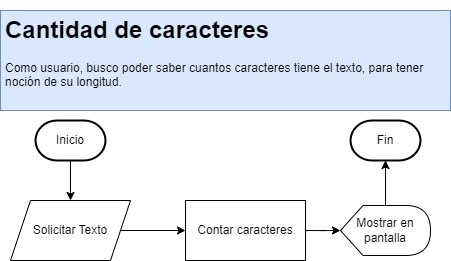
Earlier version of the draw.io export webtools/CantidadDeCaracteres.png (Alfacoy/Diagramas). Source tidied: cells renumbered, new cells last; positions are measured from the earlier drawing's top-left corner, leaving out a move shared by most shapes.
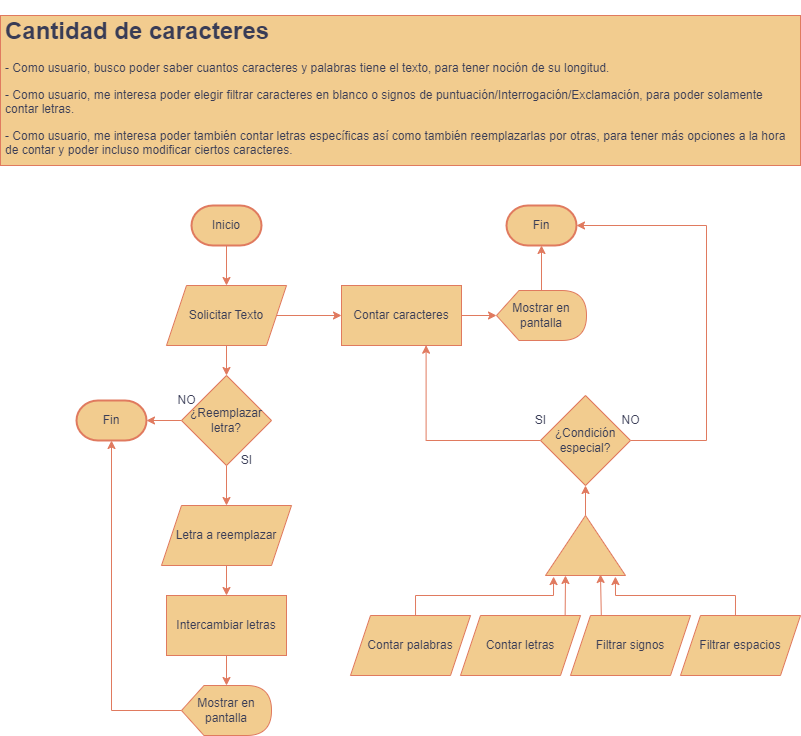
The same diagram one commit later.

What changed in the source:
```diff
@@ -2,37 +2,139 @@
   <root>
     <mxCell id="0" />
     <mxCell id="1" parent="0" />
-    <mxCell id="2" value="&lt;h1&gt;Cantidad de caracteres&lt;/h1&gt;&lt;p&gt;Como usuario, busco poder saber cuantos caracteres tiene el texto, para tener noción de su longitud.&lt;/p&gt;" style="text;html=1;strokeColor=#6c8ebf;fillColor=#dae8fc;spacing=5;spacingTop=-20;whiteSpace=wrap;overflow=hidden;rounded=0;" parent="1" vertex="1">
-      <mxGeometry width="450" height="100" as="geometry" />
+    <mxCell id="2" value="&lt;h1&gt;Cantidad de caracteres&lt;/h1&gt;&lt;p&gt;- Como usuario, busco poder saber cuantos caracteres y palabras tiene el texto, para tener noción de su longitud.&lt;/p&gt;&lt;p&gt;- Como usuario, me interesa poder elegir filtrar caracteres en blanco o signos de puntuación/Interrogación/Exclamación, para poder solamente contar letras.&lt;/p&gt;&lt;p&gt;- Como usuario, me interesa poder también contar letras específicas así como también reemplazarlas por otras, para tener más opciones a la hora de contar y poder incluso modificar ciertos caracteres.&lt;/p&gt;" style="text;html=1;strokeColor=#E07A5F;fillColor=#F2CC8F;spacing=5;spacingTop=-20;whiteSpace=wrap;overflow=hidden;rounded=0;align=left;verticalAlign=middle;fontStyle=0;fontFamily=Helvetica;labelBackgroundColor=none;fontColor=#393C56;" parent="1" vertex="1">
+      <mxGeometry x="-156" y="-80" width="800" height="150" as="geometry" />
     </mxCell>
-    <mxCell id="3" style="edgeStyle=orthogonalEdgeStyle;rounded=0;jettySize=auto;html=1;exitX=0.5;exitY=1;exitDx=0;exitDy=0;exitPerimeter=0;" parent="1" edge="1" source="4">
+    <mxCell id="3" style="edgeStyle=orthogonalEdgeStyle;rounded=0;jettySize=auto;html=1;exitX=0.5;exitY=1;exitDx=0;exitDy=0;exitPerimeter=0;labelBackgroundColor=none;strokeColor=#E07A5F;fontColor=default;" parent="1" edge="1" source="4">
       <mxGeometry relative="1" as="geometry">
         <mxPoint x="70" y="190" as="targetPoint" />
       </mxGeometry>
     </mxCell>
-    <mxCell id="4" value="Inicio" style="strokeWidth=2;html=1;shape=mxgraph.flowchart.terminator;whiteSpace=wrap;rounded=0;fillColor=default;" parent="1" vertex="1">
+    <mxCell id="4" value="Inicio" style="strokeWidth=2;html=1;shape=mxgraph.flowchart.terminator;whiteSpace=wrap;rounded=0;fillColor=#F2CC8F;labelBackgroundColor=none;strokeColor=#E07A5F;fontColor=#393C56;" parent="1" vertex="1">
       <mxGeometry x="35" y="110" width="70" height="40" as="geometry" />
     </mxCell>
-    <mxCell id="5" style="edgeStyle=orthogonalEdgeStyle;rounded=0;jettySize=auto;html=1;" parent="1" edge="1" source="6" target="10">
+    <mxCell id="5" style="edgeStyle=orthogonalEdgeStyle;rounded=0;jettySize=auto;html=1;labelBackgroundColor=none;strokeColor=#E07A5F;fontColor=default;" parent="1" edge="1" source="6" target="10">
       <mxGeometry relative="1" as="geometry" />
     </mxCell>
-    <mxCell id="6" value="Contar caracteres" style="rounded=0;whiteSpace=wrap;html=1;fillColor=default;" parent="1" vertex="1">
+    <mxCell id="6" value="Contar caracteres" style="rounded=0;whiteSpace=wrap;html=1;fillColor=#F2CC8F;labelBackgroundColor=none;strokeColor=#E07A5F;fontColor=#393C56;" parent="1" vertex="1">
       <mxGeometry x="185" y="190" width="120" height="60" as="geometry" />
     </mxCell>
-    <mxCell id="7" style="edgeStyle=orthogonalEdgeStyle;rounded=0;jettySize=auto;html=1;" parent="1" edge="1" source="8" target="6">
+    <mxCell id="7" style="edgeStyle=orthogonalEdgeStyle;rounded=0;jettySize=auto;html=1;labelBackgroundColor=none;strokeColor=#E07A5F;fontColor=default;" parent="1" edge="1" source="8" target="6">
       <mxGeometry relative="1" as="geometry" />
     </mxCell>
+    <mxCell id="12" style="edgeStyle=orthogonalEdgeStyle;rounded=0;jettySize=auto;html=1;strokeColor=#E07A5F;fontColor=#393C56;fillColor=#F2CC8F;" parent="1" edge="1" source="8" target="33">
+      <mxGeometry relative="1" as="geometry" />
+    </mxCell>
-    <mxCell id="8" value="Solicitar Texto" style="shape=parallelogram;perimeter=parallelogramPerimeter;whiteSpace=wrap;html=1;fixedSize=1;rounded=0;fillColor=default;" parent="1" vertex="1">
+    <mxCell id="8" value="Solicitar Texto" style="shape=parallelogram;perimeter=parallelogramPerimeter;whiteSpace=wrap;html=1;fixedSize=1;rounded=0;fillColor=#F2CC8F;labelBackgroundColor=none;strokeColor=#E07A5F;fontColor=#393C56;" parent="1" vertex="1">
       <mxGeometry x="10" y="190" width="120" height="60" as="geometry" />
     </mxCell>
-    <mxCell id="9" style="edgeStyle=orthogonalEdgeStyle;rounded=0;jettySize=auto;html=1;" parent="1" edge="1" source="10" target="11">
+    <mxCell id="9" style="edgeStyle=orthogonalEdgeStyle;rounded=0;jettySize=auto;html=1;labelBackgroundColor=none;strokeColor=#E07A5F;fontColor=default;" parent="1" edge="1" source="10" target="11">
       <mxGeometry relative="1" as="geometry" />
     </mxCell>
-    <mxCell id="10" value="Mostrar en pantalla" style="shape=display;whiteSpace=wrap;html=1;rounded=0;fillColor=default;" parent="1" vertex="1">
+    <mxCell id="10" value="Mostrar en pantalla" style="shape=display;whiteSpace=wrap;html=1;rounded=0;fillColor=#F2CC8F;labelBackgroundColor=none;strokeColor=#E07A5F;fontColor=#393C56;" parent="1" vertex="1">
       <mxGeometry x="340" y="195" width="90" height="50" as="geometry" />
     </mxCell>
-    <mxCell id="11" value="Fin" style="strokeWidth=2;html=1;shape=mxgraph.flowchart.terminator;whiteSpace=wrap;rounded=0;fillColor=default;" parent="1" vertex="1">
+    <mxCell id="11" value="Fin" style="strokeWidth=2;html=1;shape=mxgraph.flowchart.terminator;whiteSpace=wrap;rounded=0;fillColor=#F2CC8F;labelBackgroundColor=none;strokeColor=#E07A5F;fontColor=#393C56;" parent="1" vertex="1">
       <mxGeometry x="350" y="110" width="70" height="40" as="geometry" />
     </mxCell>
+    <mxCell id="13" value="Contar palabras" style="shape=parallelogram;perimeter=parallelogramPerimeter;whiteSpace=wrap;html=1;fixedSize=1;rounded=0;fillColor=#F2CC8F;labelBackgroundColor=none;strokeColor=#E07A5F;fontColor=#393C56;" parent="1" vertex="1">
+      <mxGeometry x="194" y="520" width="120" height="60" as="geometry" />
+    </mxCell>
+    <mxCell id="14" value="Filtrar signos" style="shape=parallelogram;perimeter=parallelogramPerimeter;whiteSpace=wrap;html=1;fixedSize=1;rounded=0;fillColor=#F2CC8F;labelBackgroundColor=none;strokeColor=#E07A5F;fontColor=#393C56;" parent="1" vertex="1">
+      <mxGeometry x="414" y="520" width="120" height="60" as="geometry" />
+    </mxCell>
+    <mxCell id="15" value="Filtrar espacios" style="shape=parallelogram;perimeter=parallelogramPerimeter;whiteSpace=wrap;html=1;fixedSize=1;rounded=0;fillColor=#F2CC8F;labelBackgroundColor=none;strokeColor=#E07A5F;fontColor=#393C56;" parent="1" vertex="1">
+      <mxGeometry x="524" y="520" width="120" height="60" as="geometry" />
+    </mxCell>
+    <mxCell id="16" value="Contar letras" style="shape=parallelogram;perimeter=parallelogramPerimeter;whiteSpace=wrap;html=1;fixedSize=1;rounded=0;fillColor=#F2CC8F;labelBackgroundColor=none;strokeColor=#E07A5F;fontColor=#393C56;" parent="1" vertex="1">
+      <mxGeometry x="304" y="520" width="120" height="60" as="geometry" />
+    </mxCell>
+    <mxCell id="17" style="edgeStyle=orthogonalEdgeStyle;rounded=0;jettySize=auto;html=1;strokeColor=#E07A5F;fontColor=#393C56;fillColor=#F2CC8F;" parent="1" edge="1" source="18" target="37">
+      <mxGeometry relative="1" as="geometry" />
+    </mxCell>
+    <mxCell id="18" value="Letra a reemplazar" style="shape=parallelogram;perimeter=parallelogramPerimeter;whiteSpace=wrap;html=1;fixedSize=1;rounded=0;fillColor=#F2CC8F;labelBackgroundColor=none;strokeColor=#E07A5F;fontColor=#393C56;" parent="1" vertex="1">
+      <mxGeometry x="5" y="410" width="130" height="60" as="geometry" />
+    </mxCell>
+    <mxCell id="19" value="Fin" style="strokeWidth=2;html=1;shape=mxgraph.flowchart.terminator;whiteSpace=wrap;rounded=0;fillColor=#F2CC8F;labelBackgroundColor=none;strokeColor=#E07A5F;fontColor=#393C56;" parent="1" vertex="1">
+      <mxGeometry x="-80" y="305" width="70" height="40" as="geometry" />
+    </mxCell>
+    <mxCell id="20" style="edgeStyle=orthogonalEdgeStyle;rounded=0;jettySize=auto;html=1;exitX=1;exitY=0.5;exitDx=0;exitDy=0;entryX=1;entryY=0.5;entryDx=0;entryDy=0;entryPerimeter=0;strokeColor=#E07A5F;fontColor=#393C56;fillColor=#F2CC8F;" parent="1" edge="1" source="22" target="11">
+      <mxGeometry relative="1" as="geometry">
+        <Array as="points">
+          <mxPoint x="550" y="345" />
+          <mxPoint x="550" y="130" />
+        </Array>
+      </mxGeometry>
+    </mxCell>
+    <mxCell id="21" style="edgeStyle=orthogonalEdgeStyle;rounded=0;jettySize=auto;html=1;exitX=0;exitY=0.5;exitDx=0;exitDy=0;entryX=0.705;entryY=0.995;entryDx=0;entryDy=0;entryPerimeter=0;strokeColor=#E07A5F;fontColor=#393C56;fillColor=#F2CC8F;" parent="1" edge="1" source="22" target="6">
+      <mxGeometry relative="1" as="geometry" />
+    </mxCell>
+    <mxCell id="22" value="¿Condición especial?" style="rhombus;whiteSpace=wrap;html=1;labelBackgroundColor=none;fillColor=#F2CC8F;strokeColor=#E07A5F;fontColor=#393C56;" parent="1" vertex="1">
+      <mxGeometry x="384" y="300" width="90" height="90" as="geometry" />
+    </mxCell>
+    <mxCell id="23" style="edgeStyle=orthogonalEdgeStyle;rounded=0;jettySize=auto;html=1;strokeColor=#E07A5F;fontColor=#393C56;fillColor=#F2CC8F;" parent="1" edge="1" source="24" target="22">
+      <mxGeometry relative="1" as="geometry" />
+    </mxCell>
+    <mxCell id="24" style="triangle;whiteSpace=wrap;html=1;strokeColor=#E07A5F;fontColor=#393C56;fillColor=#F2CC8F;rotation=-90;" parent="1" vertex="1">
+      <mxGeometry x="399" y="410" width="60" height="80" as="geometry" />
+    </mxCell>
+    <mxCell id="25" style="endArrow=classic;html=1;rounded=0;strokeColor=#E07A5F;fontColor=#393C56;fillColor=#F2CC8F;exitX=0.872;exitY=-0.004;exitDx=0;exitDy=0;exitPerimeter=0;entryX=0;entryY=0.25;entryDx=0;entryDy=0;" parent="1" edge="1" source="16" target="24">
+      <mxGeometry relative="1" as="geometry" />
+    </mxCell>
+    <mxCell id="26" style="endArrow=classic;html=1;rounded=0;strokeColor=#E07A5F;fontColor=#393C56;fillColor=#F2CC8F;exitX=0.84;exitY=0.017;exitDx=0;exitDy=0;exitPerimeter=0;" parent="1" edge="1">
+      <mxGeometry relative="1" as="geometry">
+        <mxPoint x="444.8" y="520" as="sourcePoint" />
+        <mxPoint x="444" y="479" as="targetPoint" />
+      </mxGeometry>
+    </mxCell>
+    <mxCell id="27" style="endArrow=classic;html=1;rounded=0;strokeColor=#E07A5F;fontColor=#393C56;fillColor=#F2CC8F;exitX=0.542;exitY=0;exitDx=0;exitDy=0;exitPerimeter=0;entryX=-0.018;entryY=0.101;entryDx=0;entryDy=0;entryPerimeter=0;" parent="1" edge="1" source="13" target="24">
+      <mxGeometry relative="1" as="geometry">
+        <Array as="points">
+          <mxPoint x="259" y="500" />
+          <mxPoint x="397" y="500" />
+        </Array>
+      </mxGeometry>
+    </mxCell>
+    <mxCell id="28" style="endArrow=classic;html=1;rounded=0;strokeColor=#E07A5F;fontColor=#393C56;fillColor=#F2CC8F;entryX=-0.018;entryY=0.874;entryDx=0;entryDy=0;entryPerimeter=0;exitX=0.458;exitY=0;exitDx=0;exitDy=0;exitPerimeter=0;" parent="1" edge="1" source="15" target="24">
+      <mxGeometry relative="1" as="geometry">
+        <Array as="points">
+          <mxPoint x="579" y="500" />
+          <mxPoint x="459" y="500" />
+        </Array>
+      </mxGeometry>
+    </mxCell>
+    <mxCell id="29" value="SI" style="text;html=1;align=center;verticalAlign=middle;strokeColor=none;fillColor=none;fontColor=#393C56;" parent="1" vertex="1">
+      <mxGeometry x="369" y="310" width="30" height="30" as="geometry" />
+    </mxCell>
+    <mxCell id="30" value="NO" style="text;html=1;align=center;verticalAlign=middle;strokeColor=none;fillColor=none;fontColor=#393C56;" parent="1" vertex="1">
+      <mxGeometry x="454" y="310" width="40" height="30" as="geometry" />
+    </mxCell>
+    <mxCell id="31" style="edgeStyle=orthogonalEdgeStyle;rounded=0;jettySize=auto;html=1;strokeColor=#E07A5F;fontColor=#393C56;fillColor=#F2CC8F;" parent="1" edge="1" source="33" target="19">
+      <mxGeometry relative="1" as="geometry" />
+    </mxCell>
+    <mxCell id="32" style="edgeStyle=orthogonalEdgeStyle;rounded=0;jettySize=auto;html=1;strokeColor=#E07A5F;fontColor=#393C56;fillColor=#F2CC8F;" parent="1" edge="1" source="33" target="18">
+      <mxGeometry relative="1" as="geometry" />
+    </mxCell>
+    <mxCell id="33" value="¿Reemplazar letra?" style="rhombus;whiteSpace=wrap;html=1;strokeColor=#E07A5F;fontColor=#393C56;fillColor=#F2CC8F;" parent="1" vertex="1">
+      <mxGeometry x="25" y="280" width="90" height="90" as="geometry" />
+    </mxCell>
+    <mxCell id="34" value="NO" style="text;html=1;align=center;verticalAlign=middle;strokeColor=none;fillColor=none;fontColor=#393C56;" parent="1" vertex="1">
+      <mxGeometry x="10" y="290" width="40" height="30" as="geometry" />
+    </mxCell>
+    <mxCell id="35" value="SI" style="text;html=1;align=center;verticalAlign=middle;strokeColor=none;fillColor=none;fontColor=#393C56;" parent="1" vertex="1">
+      <mxGeometry x="75" y="350" width="30" height="30" as="geometry" />
+    </mxCell>
+    <mxCell id="36" style="edgeStyle=orthogonalEdgeStyle;rounded=0;jettySize=auto;html=1;strokeColor=#E07A5F;fontColor=#393C56;fillColor=#F2CC8F;" parent="1" edge="1" source="37" target="39">
+      <mxGeometry relative="1" as="geometry" />
+    </mxCell>
+    <mxCell id="37" value="Intercambiar letras" style="rounded=0;whiteSpace=wrap;html=1;fillColor=#F2CC8F;labelBackgroundColor=none;strokeColor=#E07A5F;fontColor=#393C56;" parent="1" vertex="1">
+      <mxGeometry x="10" y="500" width="120" height="60" as="geometry" />
+    </mxCell>
+    <mxCell id="38" style="edgeStyle=orthogonalEdgeStyle;rounded=0;jettySize=auto;html=1;exitX=0;exitY=0.5;exitDx=0;exitDy=0;exitPerimeter=0;strokeColor=#E07A5F;fontColor=#393C56;fillColor=#F2CC8F;" parent="1" edge="1" source="39" target="19">
+      <mxGeometry relative="1" as="geometry" />
+    </mxCell>
+    <mxCell id="39" value="Mostrar en pantalla" style="shape=display;whiteSpace=wrap;html=1;rounded=0;fillColor=#F2CC8F;labelBackgroundColor=none;strokeColor=#E07A5F;fontColor=#393C56;" parent="1" vertex="1">
+      <mxGeometry x="25" y="590" width="90" height="50" as="geometry" />
+    </mxCell>
   </root>
 </mxGraphModel>
```
